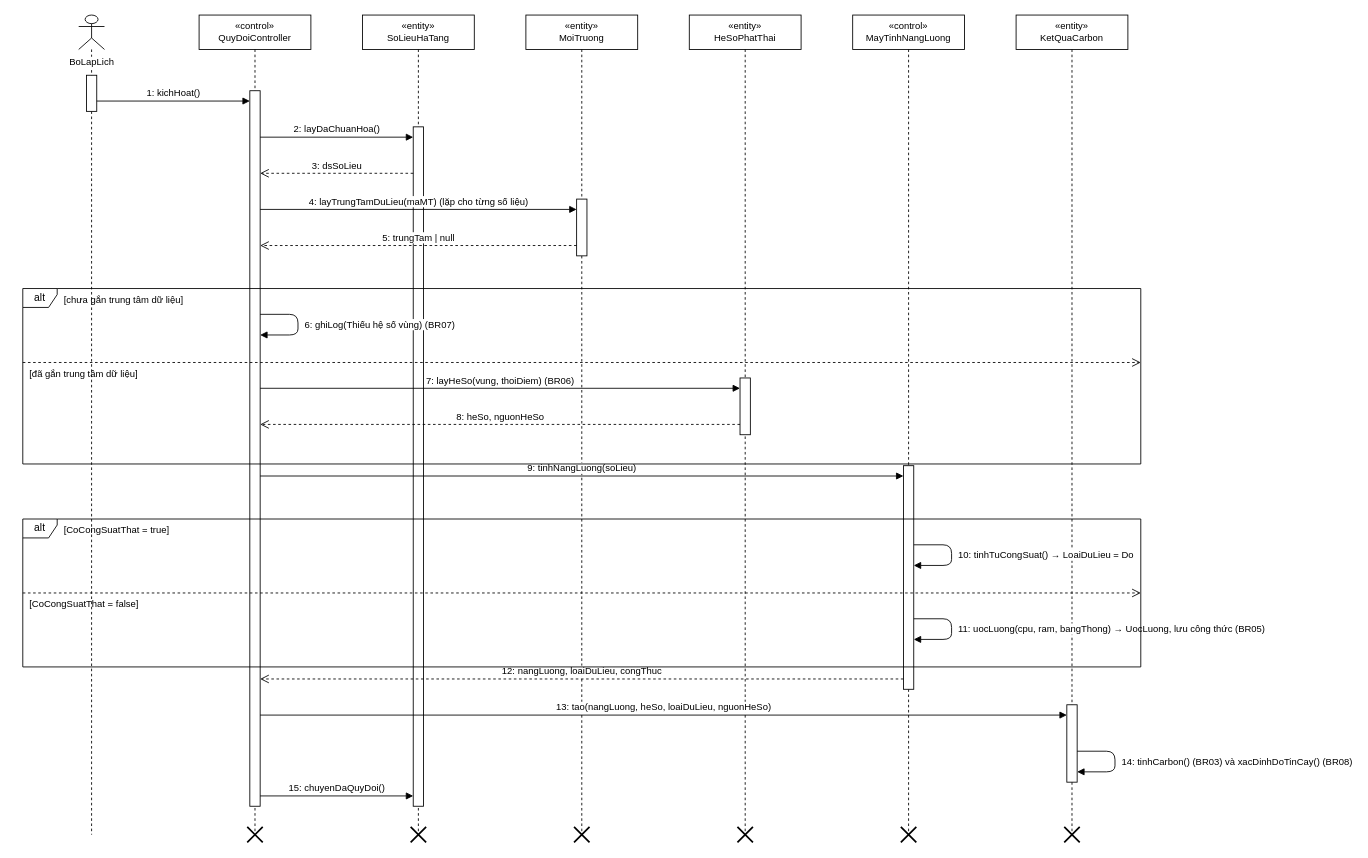
Above: docs/diagrams/03_TuanTu/UC_GD_011_Sequence_QuyDoiCarbon.drawio in TranThienNhan8279/GreenDash (draw.io), before the change. Source tidied: cells renumbered, new cells numbered last; positions are measured from the earlier drawing's top-left corner, leaving out a move shared by most shapes. Both pictures are drawn from the tidied source at 86%, with x=0, y=0 at pixel (22, 15).
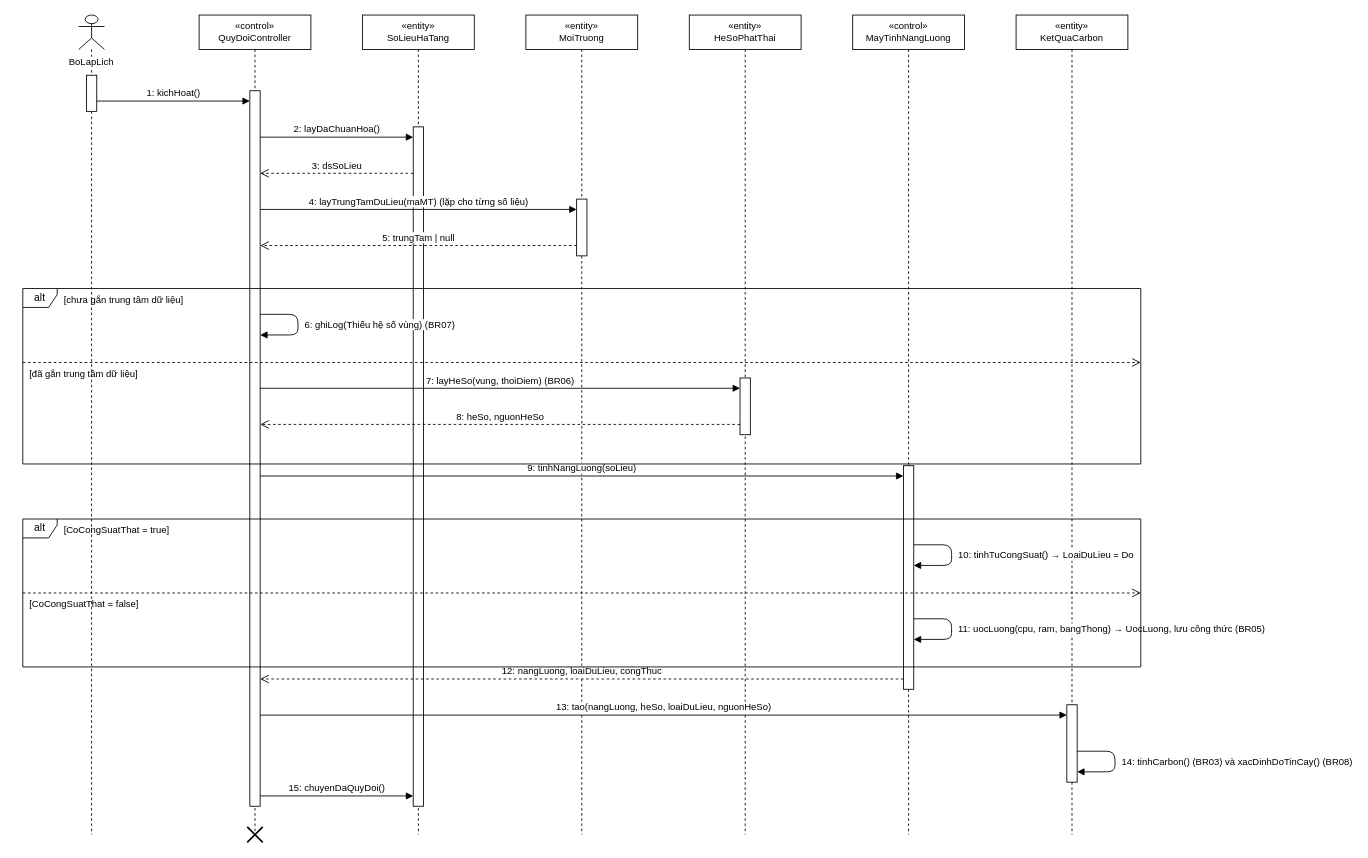
Above is the later version.

Change to the diagram source:
```diff
@@
-    <mxCell id="2" value="BoLapLich" style="shape=umlLifeline;participant=umlActor;verticalAlign=top;spacingTop=42;labelBackgroundColor=#ffffff;perimeter=lifelinePerimeter;whiteSpace=nowrap;html=1;fontSize=11;" parent="1" vertex="1">
+    <mxCell id="2" value="BoLapLich" style="shape=umlLifeline;participant=umlActor;verticalAlign=top;spacingTop=42;labelBackgroundColor=#ffffff;perimeter=lifelinePerimeter;whiteSpace=wrap;html=1;fontSize=11;" parent="1" vertex="1">
       <mxGeometry x="65" width="30" height="953" as="geometry" />
     </mxCell>
@@
-    <mxCell id="13" style="shape=umlDestroy;html=1;strokeWidth=2;strokeColor=#000000;" parent="1" vertex="1">
-      <mxGeometry x="451" y="944" width="18" height="18" as="geometry" />
-    </mxCell>
@@
-    <mxCell id="15" style="shape=umlDestroy;html=1;strokeWidth=2;strokeColor=#000000;" parent="1" vertex="1">
-      <mxGeometry x="641" y="944" width="18" height="18" as="geometry" />
-    </mxCell>
@@
-    <mxCell id="17" style="shape=umlDestroy;html=1;strokeWidth=2;strokeColor=#000000;" parent="1" vertex="1">
-      <mxGeometry x="831" y="944" width="18" height="18" as="geometry" />
-    </mxCell>
@@
-    <mxCell id="19" style="shape=umlDestroy;html=1;strokeWidth=2;strokeColor=#000000;" parent="1" vertex="1">
-      <mxGeometry x="1021" y="944" width="18" height="18" as="geometry" />
-    </mxCell>
@@
-    <mxCell id="21" style="shape=umlDestroy;html=1;strokeWidth=2;strokeColor=#000000;" parent="1" vertex="1">
-      <mxGeometry x="1211" y="944" width="18" height="18" as="geometry" />
-    </mxCell>
```
